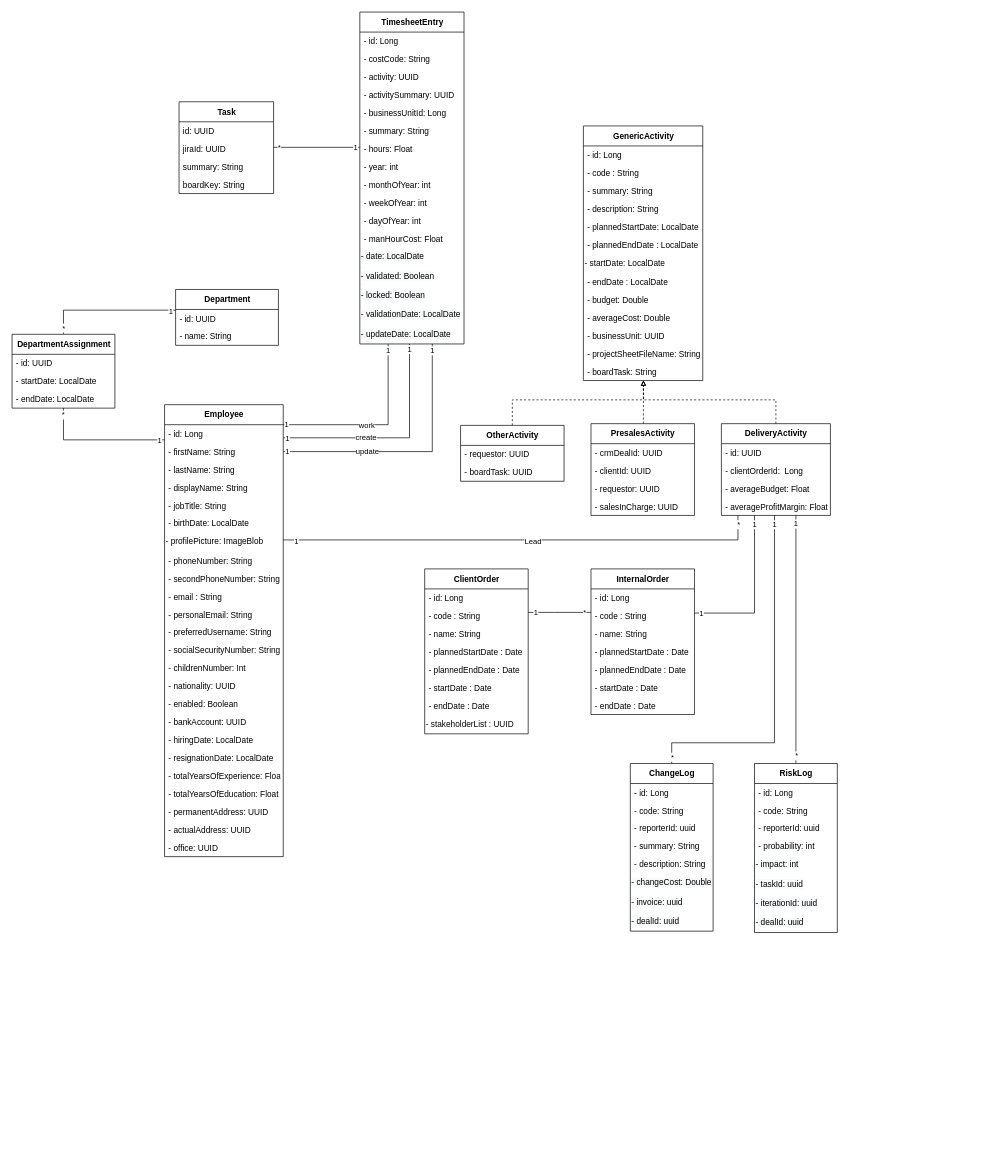
This is Global/_DiagramClassGlobal.drawio from ZidiMedAmine/UML, a draw.io file, before an edit. Source tidied: cells renumbered, new cells numbered last; positions are measured from the earlier drawing's top-left corner, leaving out a move shared by most shapes. Both pictures are drawn from the tidied source at 69%, with x=0, y=0 at pixel (12, 12).
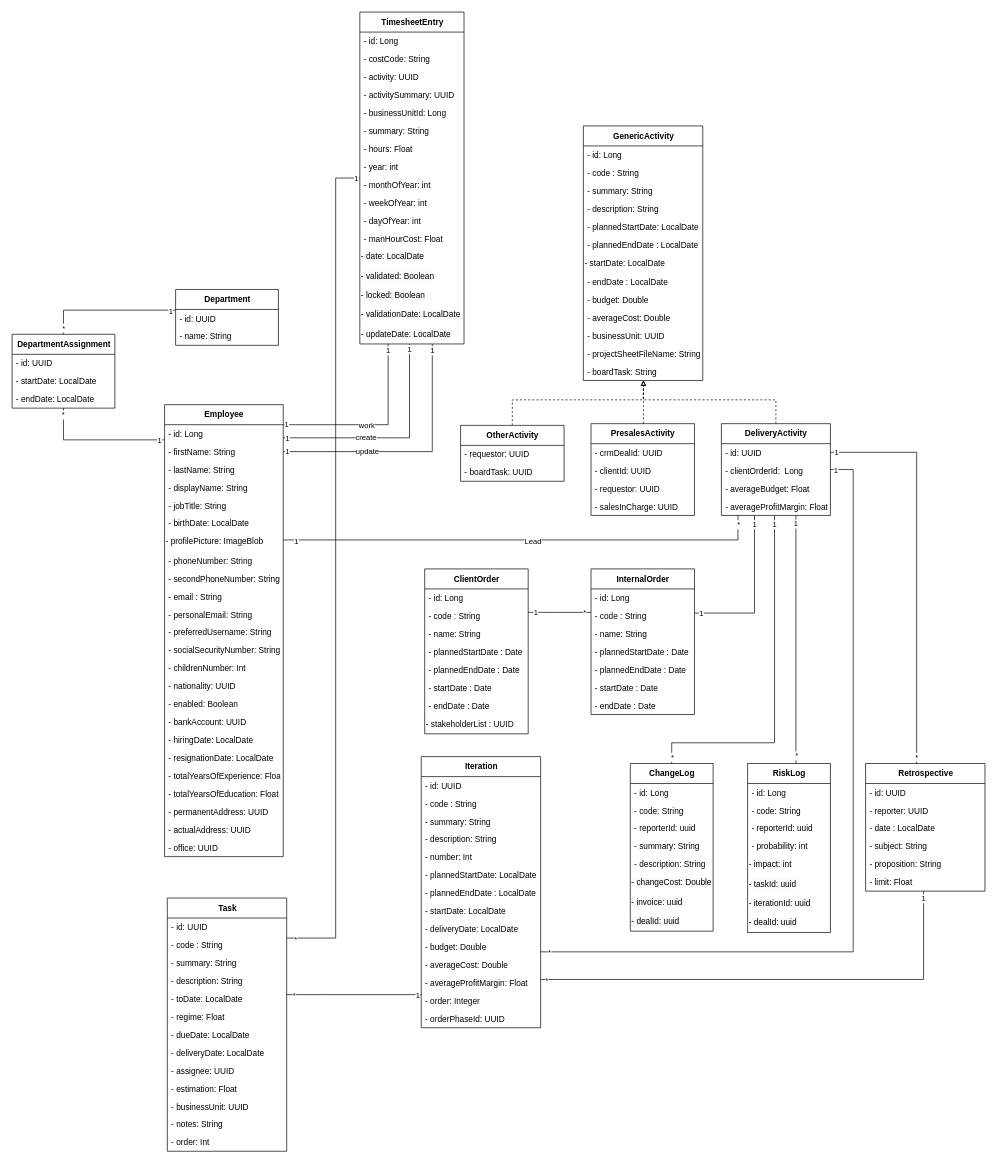
The same page after the edit.

Unchanged cells that the change refers to:
```xml
<mxCell id="106" value="&lt;b&gt;TimesheetEntry&lt;/b&gt;" style="swimlane;fontStyle=0;align=center;verticalAlign=middle;horizontal=1;startSize=29;html=1;fontSize=12;labelPosition=center;verticalLabelPosition=middle;swimlaneLine=1;rounded=0;shadow=0;glass=0;sketch=0;perimeterSpacing=0;" parent="1" vertex="1">
  <mxGeometry x="504" width="151" height="481" as="geometry" />
</mxCell>
<mxCell id="146" value="DeliveryActivity" style="swimlane;fontStyle=1;align=center;verticalAlign=middle;horizontal=1;startSize=29;html=1;fontSize=12;labelPosition=center;verticalLabelPosition=middle;swimlaneLine=1;rounded=0;sketch=0;glass=0;" parent="1" vertex="1">
  <mxGeometry x="1028" y="596.5" width="158" height="133" as="geometry" />
</mxCell>
```

Diff of the diagram source:
```diff
@@
+    <mxCell id="156" style="edgeStyle=orthogonalEdgeStyle;rounded=0;jettySize=auto;html=1;endArrow=none;endFill=0;startSize=5;endSize=5;" parent="1" edge="1" source="106" target="151">
+      <mxGeometry relative="1" as="geometry">
+        <Array as="points">
+          <mxPoint x="469" y="241" />
+          <mxPoint x="469" y="1342" />
+        </Array>
+      </mxGeometry>
+    </mxCell>
+    <mxCell id="159" value="*" style="edgeLabel;html=1;align=center;verticalAlign=middle;" parent="156" vertex="1">
+      <mxGeometry x="0.98" y="1" relative="1" as="geometry" />
+    </mxCell>
+    <mxCell id="160" value="1" style="edgeLabel;html=1;align=center;verticalAlign=middle;" parent="156" vertex="1">
+      <mxGeometry x="-0.99" relative="1" as="geometry" />
+    </mxCell>
@@
     <mxCell id="137" value="&lt;b&gt;RiskLog&lt;/b&gt;" style="swimlane;fontStyle=0;align=center;verticalAlign=middle;horizontal=1;startSize=29;html=1;fontSize=12;labelPosition=center;verticalLabelPosition=middle;strokeColor=default;swimlaneLine=1;rounded=0;shadow=0;glass=0;sketch=0;perimeterSpacing=0;" parent="1" vertex="1">
-      <mxGeometry x="1076" y="1089" width="120" height="245" as="geometry" />
+      <mxGeometry x="1066" y="1089" width="120" height="245" as="geometry" />
     </mxCell>
@@
+    <mxCell id="161" style="edgeStyle=orthogonalEdgeStyle;rounded=0;jettySize=auto;html=1;endArrow=none;endFill=0;startSize=5;endSize=5;" parent="1" edge="1" source="151" target="180">
+      <mxGeometry relative="1" as="geometry">
+        <Array as="points">
+          <mxPoint x="454" y="1424" />
+          <mxPoint x="454" y="1424" />
+        </Array>
+      </mxGeometry>
+    </mxCell>
+    <mxCell id="162" value="*" style="edgeLabel;html=1;align=center;verticalAlign=middle;" parent="161" vertex="1">
+      <mxGeometry x="-0.9" y="-1" relative="1" as="geometry" />
+    </mxCell>
+    <mxCell id="163" value="1" style="edgeLabel;html=1;align=center;verticalAlign=middle;" parent="161" vertex="1">
+      <mxGeometry x="0.94" y="-1" relative="1" as="geometry" />
+    </mxCell>
-    <mxCell id="151" value="&lt;div style=&quot;text-align: left&quot;&gt;&lt;b&gt;Task&lt;/b&gt;&lt;/div&gt;" style="swimlane;fontStyle=0;align=center;verticalAlign=middle;horizontal=1;startSize=29;html=1;fontSize=12;labelPosition=center;verticalLabelPosition=middle;swimlaneLine=1;rounded=0;shadow=0;glass=0;sketch=0;perimeterSpacing=0;" parent="1" vertex="1">
-      <mxGeometry x="242" y="130" width="137" height="133" as="geometry" />
+    <mxCell id="151" value="&lt;b&gt;Task&lt;br&gt;&lt;/b&gt;" style="swimlane;fontStyle=0;align=center;verticalAlign=middle;horizontal=1;startSize=29;html=1;fontSize=12;labelPosition=center;verticalLabelPosition=middle;strokeColor=default;swimlaneLine=1;rounded=0;shadow=0;glass=0;sketch=0;perimeterSpacing=0;" parent="1" vertex="1">
+      <mxGeometry x="225" y="1284" width="173" height="367" as="geometry" />
     </mxCell>
-    <mxCell id="152" value="id: UUID" style="text;strokeColor=none;fillColor=none;align=left;verticalAlign=top;spacingLeft=4;spacingRight=4;overflow=hidden;fontStyle=0;" parent="151" vertex="1">
-      <mxGeometry y="29" width="137" height="26" as="geometry" />
-    </mxCell>
-    <mxCell id="153" value="jiraId: UUID" style="text;strokeColor=none;fillColor=none;align=left;verticalAlign=top;spacingLeft=4;spacingRight=4;overflow=hidden;fontStyle=0;" parent="151" vertex="1">
-      <mxGeometry y="55" width="137" height="26" as="geometry" />
-    </mxCell>
-    <mxCell id="154" value="summary: String" style="text;strokeColor=none;fillColor=none;align=left;verticalAlign=top;spacingLeft=4;spacingRight=4;overflow=hidden;fontStyle=0;" parent="151" vertex="1">
-      <mxGeometry y="81" width="137" height="26" as="geometry" />
-    </mxCell>
-    <mxCell id="155" value="boardKey: String" style="text;strokeColor=none;fillColor=none;align=left;verticalAlign=top;spacingLeft=4;spacingRight=4;overflow=hidden;fontStyle=0;" parent="151" vertex="1">
-      <mxGeometry y="107" width="137" height="26" as="geometry" />
-    </mxCell>
-    <mxCell id="156" style="edgeStyle=orthogonalEdgeStyle;rounded=0;jettySize=auto;html=1;endArrow=none;endFill=0;startSize=5;endSize=5;" parent="1" edge="1" source="106" target="151">
-      <mxGeometry relative="1" as="geometry">
-        <Array as="points">
-          <mxPoint x="485" y="196" />
-          <mxPoint x="485" y="196" />
-        </Array>
-      </mxGeometry>
-    </mxCell>
-    <mxCell id="157" value="*" style="edgeLabel;html=1;align=center;verticalAlign=middle;" parent="156" vertex="1">
-      <mxGeometry x="0.88" y="-1" relative="1" as="geometry" />
-    </mxCell>
-    <mxCell id="158" value="1" style="edgeLabel;html=1;align=center;verticalAlign=middle;" parent="156" vertex="1">
-      <mxGeometry x="-0.9" y="-1" relative="1" as="geometry">
-        <mxPoint x="-1" as="offset" />
-      </mxGeometry>
-    </mxCell>
+    <mxCell id="164" value="- id: UUID" style="text;strokeColor=none;fillColor=none;align=left;verticalAlign=top;spacingLeft=4;spacingRight=4;overflow=hidden;fontStyle=0;" parent="151" vertex="1">
+      <mxGeometry y="29" width="173" height="26" as="geometry" />
+    </mxCell>
+    <mxCell id="165" value="- code : String" style="text;strokeColor=none;fillColor=none;align=left;verticalAlign=top;spacingLeft=4;spacingRight=4;overflow=hidden;fontStyle=0;" parent="151" vertex="1">
+      <mxGeometry y="55" width="173" height="26" as="geometry" />
+    </mxCell>
+    <mxCell id="166" value="- summary: String" style="text;strokeColor=none;fillColor=none;align=left;verticalAlign=top;spacingLeft=4;spacingRight=4;overflow=hidden;fontStyle=0;" parent="151" vertex="1">
+      <mxGeometry y="81" width="173" height="26" as="geometry" />
+    </mxCell>
+    <mxCell id="167" value="- description: String" style="text;strokeColor=none;fillColor=none;align=left;verticalAlign=top;spacingLeft=4;spacingRight=4;overflow=hidden;fontStyle=0;" parent="151" vertex="1">
+      <mxGeometry y="107" width="173" height="26" as="geometry" />
+    </mxCell>
+    <mxCell id="168" value="- toDate: LocalDate" style="text;strokeColor=none;fillColor=none;align=left;verticalAlign=top;spacingLeft=4;spacingRight=4;overflow=hidden;fontStyle=0;" parent="151" vertex="1">
+      <mxGeometry y="133" width="173" height="26" as="geometry" />
+    </mxCell>
+    <mxCell id="169" value="- regime: Float" style="text;strokeColor=none;fillColor=none;align=left;verticalAlign=top;spacingLeft=4;spacingRight=4;overflow=hidden;fontStyle=0;" parent="151" vertex="1">
+      <mxGeometry y="159" width="173" height="26" as="geometry" />
+    </mxCell>
+    <mxCell id="170" value="- dueDate: LocalDate" style="text;strokeColor=none;fillColor=none;align=left;verticalAlign=top;spacingLeft=4;spacingRight=4;overflow=hidden;fontStyle=0;" parent="151" vertex="1">
+      <mxGeometry y="185" width="173" height="26" as="geometry" />
+    </mxCell>
+    <mxCell id="171" value="- deliveryDate: LocalDate" style="text;strokeColor=none;fillColor=none;align=left;verticalAlign=top;spacingLeft=4;spacingRight=4;overflow=hidden;fontStyle=0;" parent="151" vertex="1">
+      <mxGeometry y="211" width="173" height="26" as="geometry" />
+    </mxCell>
+    <mxCell id="172" value="- assignee: UUID" style="text;strokeColor=none;fillColor=none;align=left;verticalAlign=top;spacingLeft=4;spacingRight=4;overflow=hidden;fontStyle=0;" parent="151" vertex="1">
+      <mxGeometry y="237" width="173" height="26" as="geometry" />
+    </mxCell>
+    <mxCell id="173" value="- estimation: Float" style="text;strokeColor=none;fillColor=none;align=left;verticalAlign=top;spacingLeft=4;spacingRight=4;overflow=hidden;fontStyle=0;" parent="151" vertex="1">
+      <mxGeometry y="263" width="173" height="26" as="geometry" />
+    </mxCell>
+    <mxCell id="174" value="- businessUnit: UUID" style="text;strokeColor=none;fillColor=none;align=left;verticalAlign=top;spacingLeft=4;spacingRight=4;overflow=hidden;fontStyle=0;" parent="151" vertex="1">
+      <mxGeometry y="289" width="173" height="26" as="geometry" />
+    </mxCell>
+    <mxCell id="175" value="- notes: String" style="text;strokeColor=none;fillColor=none;align=left;verticalAlign=top;spacingLeft=4;spacingRight=4;overflow=hidden;fontStyle=0;" parent="151" vertex="1">
+      <mxGeometry y="315" width="173" height="26" as="geometry" />
+    </mxCell>
+    <mxCell id="176" value="- order: Int" style="text;strokeColor=none;fillColor=none;align=left;verticalAlign=top;spacingLeft=4;spacingRight=4;overflow=hidden;fontStyle=0;" parent="151" vertex="1">
+      <mxGeometry y="341" width="173" height="26" as="geometry" />
+    </mxCell>
+    <mxCell id="177" style="edgeStyle=orthogonalEdgeStyle;rounded=0;jettySize=auto;html=1;endArrow=none;endFill=0;startSize=5;endSize=5;" parent="1" edge="1" source="180" target="146">
+      <mxGeometry relative="1" as="geometry">
+        <Array as="points">
+          <mxPoint x="1219" y="1362" />
+          <mxPoint x="1219" y="663" />
+        </Array>
+      </mxGeometry>
+    </mxCell>
+    <mxCell id="178" value="1" style="edgeLabel;html=1;align=center;verticalAlign=middle;" parent="177" vertex="1">
+      <mxGeometry x="0.99" relative="1" as="geometry">
+        <mxPoint x="1" as="offset" />
+      </mxGeometry>
+    </mxCell>
+    <mxCell id="179" value="*" style="edgeLabel;html=1;align=center;verticalAlign=middle;" parent="177" vertex="1">
+      <mxGeometry x="-0.98" relative="1" as="geometry" />
+    </mxCell>
+    <mxCell id="180" value="&lt;b&gt;Iteration&lt;/b&gt;" style="swimlane;fontStyle=0;align=center;verticalAlign=middle;horizontal=1;startSize=29;html=1;fontSize=12;labelPosition=center;verticalLabelPosition=middle;strokeColor=default;swimlaneLine=1;rounded=0;shadow=0;glass=0;sketch=0;perimeterSpacing=0;" parent="1" vertex="1">
+      <mxGeometry x="593" y="1079" width="173" height="393" as="geometry" />
+    </mxCell>
+    <mxCell id="181" value="- id: UUID" style="text;strokeColor=none;fillColor=none;align=left;verticalAlign=top;spacingLeft=4;spacingRight=4;overflow=hidden;fontStyle=0;" parent="180" vertex="1">
+      <mxGeometry y="29" width="173" height="26" as="geometry" />
+    </mxCell>
+    <mxCell id="182" value="- code : String" style="text;strokeColor=none;fillColor=none;align=left;verticalAlign=top;spacingLeft=4;spacingRight=4;overflow=hidden;fontStyle=0;" parent="180" vertex="1">
+      <mxGeometry y="55" width="173" height="26" as="geometry" />
+    </mxCell>
+    <mxCell id="183" value="- summary: String" style="text;strokeColor=none;fillColor=none;align=left;verticalAlign=top;spacingLeft=4;spacingRight=4;overflow=hidden;fontStyle=0;" parent="180" vertex="1">
+      <mxGeometry y="81" width="173" height="26" as="geometry" />
+    </mxCell>
+    <mxCell id="184" value="- description: String" style="text;strokeColor=none;fillColor=none;align=left;verticalAlign=top;spacingLeft=4;spacingRight=4;overflow=hidden;fontStyle=0;" parent="180" vertex="1">
+      <mxGeometry y="107" width="173" height="26" as="geometry" />
+    </mxCell>
+    <mxCell id="185" value="- number: Int" style="text;strokeColor=none;fillColor=none;align=left;verticalAlign=top;spacingLeft=4;spacingRight=4;overflow=hidden;fontStyle=0;" parent="180" vertex="1">
+      <mxGeometry y="133" width="173" height="26" as="geometry" />
+    </mxCell>
+    <mxCell id="186" value="- plannedStartDate: LocalDate" style="text;strokeColor=none;fillColor=none;align=left;verticalAlign=top;spacingLeft=4;spacingRight=4;overflow=hidden;fontStyle=0;" parent="180" vertex="1">
+      <mxGeometry y="159" width="173" height="26" as="geometry" />
+    </mxCell>
+    <mxCell id="187" value="- plannedEndDate : LocalDate" style="text;strokeColor=none;fillColor=none;align=left;verticalAlign=top;spacingLeft=4;spacingRight=4;overflow=hidden;fontStyle=0;" parent="180" vertex="1">
+      <mxGeometry y="185" width="173" height="26" as="geometry" />
+    </mxCell>
+    <mxCell id="188" value="- startDate: LocalDate" style="text;strokeColor=none;fillColor=none;align=left;verticalAlign=top;spacingLeft=4;spacingRight=4;overflow=hidden;fontStyle=0;" parent="180" vertex="1">
+      <mxGeometry y="211" width="173" height="26" as="geometry" />
+    </mxCell>
+    <mxCell id="189" value="- deliveryDate: LocalDate" style="text;strokeColor=none;fillColor=none;align=left;verticalAlign=top;spacingLeft=4;spacingRight=4;overflow=hidden;fontStyle=0;" parent="180" vertex="1">
+      <mxGeometry y="237" width="173" height="26" as="geometry" />
+    </mxCell>
+    <mxCell id="190" value="- budget: Double" style="text;strokeColor=none;fillColor=none;align=left;verticalAlign=top;spacingLeft=4;spacingRight=4;overflow=hidden;fontStyle=0;" parent="180" vertex="1">
+      <mxGeometry y="263" width="173" height="26" as="geometry" />
+    </mxCell>
+    <mxCell id="191" value="- averageCost: Double" style="text;strokeColor=none;fillColor=none;align=left;verticalAlign=top;spacingLeft=4;spacingRight=4;overflow=hidden;fontStyle=0;" parent="180" vertex="1">
+      <mxGeometry y="289" width="173" height="26" as="geometry" />
+    </mxCell>
+    <mxCell id="192" value="- averageProfitMargin: Float" style="text;strokeColor=none;fillColor=none;align=left;verticalAlign=top;spacingLeft=4;spacingRight=4;overflow=hidden;fontStyle=0;" parent="180" vertex="1">
+      <mxGeometry y="315" width="173" height="26" as="geometry" />
+    </mxCell>
+    <mxCell id="193" value="- order: Integer" style="text;strokeColor=none;fillColor=none;align=left;verticalAlign=top;spacingLeft=4;spacingRight=4;overflow=hidden;fontStyle=0;" parent="180" vertex="1">
+      <mxGeometry y="341" width="173" height="26" as="geometry" />
+    </mxCell>
+    <mxCell id="194" value="- orderPhaseId: UUID" style="text;strokeColor=none;fillColor=none;align=left;verticalAlign=top;spacingLeft=4;spacingRight=4;overflow=hidden;fontStyle=0;" parent="180" vertex="1">
+      <mxGeometry y="367" width="173" height="26" as="geometry" />
+    </mxCell>
+    <mxCell id="195" style="edgeStyle=orthogonalEdgeStyle;rounded=0;jettySize=auto;html=1;endArrow=none;endFill=0;startSize=5;endSize=5;" parent="1" edge="1" source="201" target="180">
+      <mxGeometry relative="1" as="geometry">
+        <Array as="points">
+          <mxPoint x="1321" y="1402" />
+        </Array>
+      </mxGeometry>
+    </mxCell>
+    <mxCell id="196" value="*" style="edgeLabel;html=1;align=center;verticalAlign=middle;" parent="195" vertex="1">
+      <mxGeometry x="0.97" relative="1" as="geometry">
+        <mxPoint x="-2" as="offset" />
+      </mxGeometry>
+    </mxCell>
+    <mxCell id="197" value="1" style="edgeLabel;html=1;align=center;verticalAlign=middle;" parent="195" vertex="1">
+      <mxGeometry x="-0.97" y="1" relative="1" as="geometry">
+        <mxPoint x="-2" as="offset" />
+      </mxGeometry>
+    </mxCell>
+    <mxCell id="198" style="edgeStyle=orthogonalEdgeStyle;rounded=0;jettySize=auto;html=1;endArrow=none;endFill=0;startSize=5;endSize=5;" parent="1" edge="1" source="201" target="146">
+      <mxGeometry relative="1" as="geometry">
+        <Array as="points">
+          <mxPoint x="1311" y="638" />
+        </Array>
+      </mxGeometry>
+    </mxCell>
+    <mxCell id="199" value="1" style="edgeLabel;html=1;align=center;verticalAlign=middle;" parent="198" vertex="1">
+      <mxGeometry x="0.97" y="2" relative="1" as="geometry">
+        <mxPoint x="-1" y="-3" as="offset" />
+      </mxGeometry>
+    </mxCell>
+    <mxCell id="200" value="*" style="edgeLabel;html=1;align=center;verticalAlign=middle;" parent="198" vertex="1">
+      <mxGeometry x="-0.98" y="1" relative="1" as="geometry">
+        <mxPoint y="-4" as="offset" />
+      </mxGeometry>
+    </mxCell>
+    <mxCell id="201" value="Retrospective" style="swimlane;fontStyle=1;align=center;verticalAlign=middle;horizontal=1;startSize=29;html=1;fontSize=12;labelPosition=center;verticalLabelPosition=middle;swimlaneLine=1;rounded=0;sketch=0;glass=0;" parent="1" vertex="1">
+      <mxGeometry x="1237" y="1089" width="173" height="185" as="geometry" />
+    </mxCell>
+    <mxCell id="202" value="- id: UUID" style="text;strokeColor=none;fillColor=none;align=left;verticalAlign=top;spacingLeft=4;spacingRight=4;overflow=hidden;fontStyle=0;" parent="201" vertex="1">
+      <mxGeometry y="29" width="173" height="26" as="geometry" />
+    </mxCell>
+    <mxCell id="203" value="- reporter: UUID" style="text;strokeColor=none;fillColor=none;align=left;verticalAlign=top;spacingLeft=4;spacingRight=4;overflow=hidden;fontStyle=0;" parent="201" vertex="1">
+      <mxGeometry y="55" width="173" height="26" as="geometry" />
+    </mxCell>
+    <mxCell id="204" value="- date : LocalDate" style="text;strokeColor=none;fillColor=none;align=left;verticalAlign=top;spacingLeft=4;spacingRight=4;overflow=hidden;fontStyle=0;" parent="201" vertex="1">
+      <mxGeometry y="81" width="173" height="26" as="geometry" />
+    </mxCell>
+    <mxCell id="205" value="- subject: String" style="text;strokeColor=none;fillColor=none;align=left;verticalAlign=top;spacingLeft=4;spacingRight=4;overflow=hidden;fontStyle=0;" parent="201" vertex="1">
+      <mxGeometry y="107" width="173" height="26" as="geometry" />
+    </mxCell>
+    <mxCell id="206" value="- proposition: String" style="text;strokeColor=none;fillColor=none;align=left;verticalAlign=top;spacingLeft=4;spacingRight=4;overflow=hidden;fontStyle=0;" parent="201" vertex="1">
+      <mxGeometry y="133" width="173" height="26" as="geometry" />
+    </mxCell>
+    <mxCell id="207" value="- limit: Float" style="text;strokeColor=none;fillColor=none;align=left;verticalAlign=top;spacingLeft=4;spacingRight=4;overflow=hidden;fontStyle=0;" parent="201" vertex="1">
+      <mxGeometry y="159" width="173" height="26" as="geometry" />
+    </mxCell>
```
